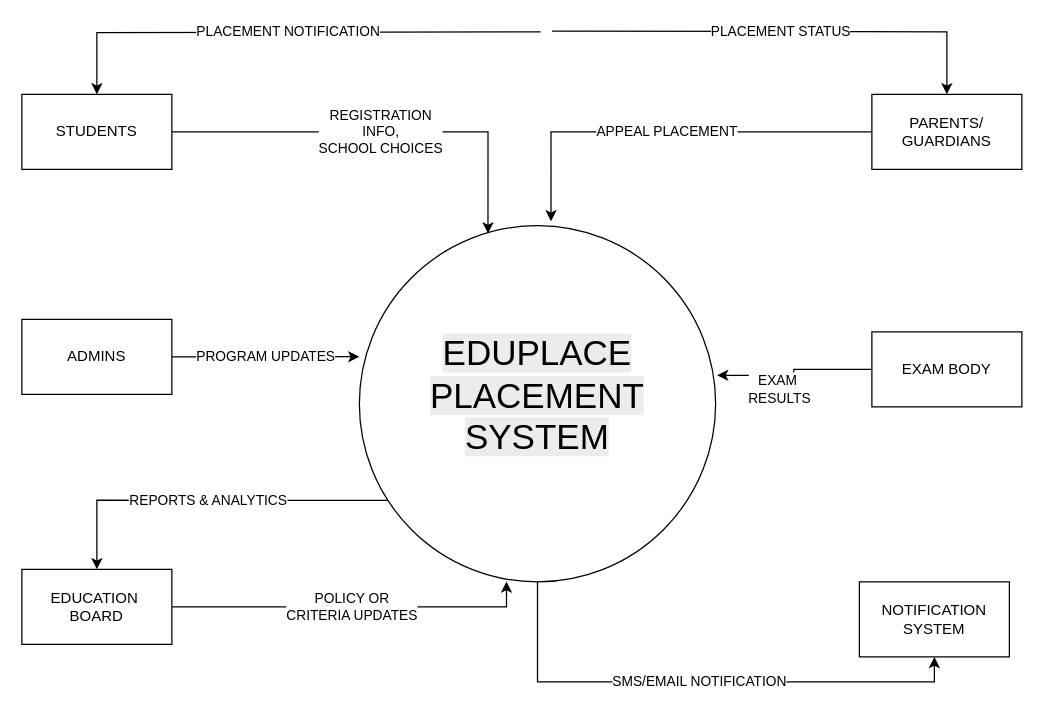
AshongAbdallah06/AshongAbdallah06.github.io keeps this draw.io diagram as EduPlace Context Diagram.drawio. Above is the earlier version. Source tidied: cells renumbered, new cells numbered last; positions are measured from the earlier drawing's top-left corner, leaving out a move shared by most shapes. Both pictures are drawn from the tidied source at 125%, with x=0, y=0 at pixel (21, 30).
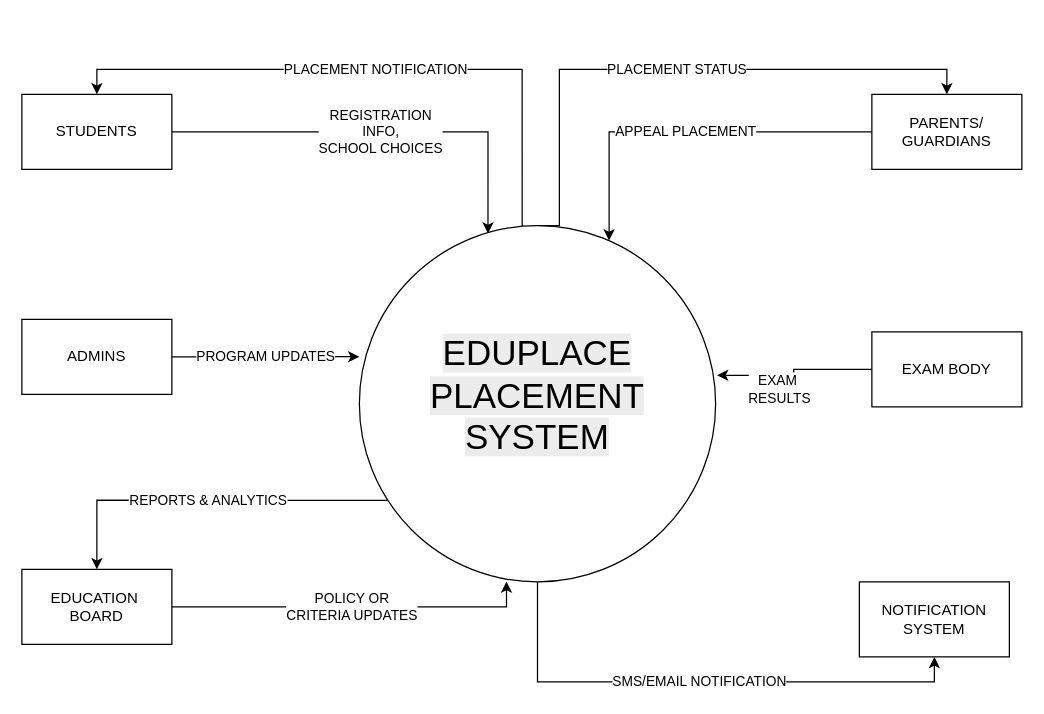
The same page after the edit.

Unchanged cells that the change refers to:
```xml
<mxCell id="2" value="STUDENTS" style="rounded=0;whiteSpace=wrap;html=1;" parent="1" vertex="1">
  <mxGeometry y="51" width="120" height="60" as="geometry" />
</mxCell>
<mxCell id="3" value="PARENTS/&lt;div&gt;GUARDIANS&lt;/div&gt;" style="rounded=0;whiteSpace=wrap;html=1;" parent="1" vertex="1">
  <mxGeometry x="680" y="51" width="120" height="60" as="geometry" />
</mxCell>
<mxCell id="17" value="&#10;&lt;span style=&quot;color: rgb(0, 0, 0); font-family: Helvetica; font-size: 28px; font-style: normal; font-variant-ligatures: normal; font-variant-caps: normal; font-weight: 400; letter-spacing: normal; orphans: 2; text-align: center; text-indent: 0px; text-transform: none; widows: 2; word-spacing: 0px; -webkit-text-stroke-width: 0px; white-space: normal; background-color: rgb(236, 236, 236); text-decoration-thickness: initial; text-decoration-style: initial; text-decoration-color: initial; display: inline !important; float: none;&quot;&gt;EDUPLACE PLACEMENT SYSTEM&lt;/span&gt;&#10;&#10;" style="ellipse;whiteSpace=wrap;html=1;" parent="1" vertex="1">
  <mxGeometry x="270" y="156" width="285" height="285" as="geometry" />
</mxCell>
```

What changed in the source:
```diff
@@
-    <mxCell id="8" value="PLACEMENT NOTIFICATION" style="edgeStyle=orthogonalEdgeStyle;rounded=0;jettySize=auto;html=1;entryX=0.5;entryY=0;entryDx=0;entryDy=0;exitX=0.5;exitY=0;exitDx=0;exitDy=0;" parent="1" edge="1" target="2">
-      <mxGeometry relative="1" as="geometry">
-        <mxPoint x="415" y="1" as="sourcePoint" />
-      </mxGeometry>
+    <mxCell id="8" value="PLACEMENT NOTIFICATION" style="edgeStyle=orthogonalEdgeStyle;rounded=0;jettySize=auto;html=1;entryX=0.5;entryY=0;entryDx=0;entryDy=0;exitX=0.457;exitY=0.003;exitDx=0;exitDy=0;exitPerimeter=0;" parent="1" edge="1" source="17" target="2">
+      <mxGeometry relative="1" as="geometry" />
     </mxCell>
-    <mxCell id="9" value="PLACEMENT STATUS" style="edgeStyle=orthogonalEdgeStyle;rounded=0;jettySize=auto;html=1;entryX=0.5;entryY=0;entryDx=0;entryDy=0;exitX=0.54;exitY=-0.001;exitDx=0;exitDy=0;exitPerimeter=0;" parent="1" edge="1" target="3">
+    <mxCell id="9" value="PLACEMENT STATUS" style="edgeStyle=orthogonalEdgeStyle;rounded=0;jettySize=auto;html=1;entryX=0.5;entryY=0;entryDx=0;entryDy=0;exitX=0.5;exitY=0;exitDx=0;exitDy=0;" parent="1" edge="1" source="17" target="3">
       <mxGeometry relative="1" as="geometry">
-        <mxPoint x="424.2" y="0.4" as="sourcePoint" />
+        <Array as="points">
+          <mxPoint x="430" y="156" />
+          <mxPoint x="430" y="31" />
+          <mxPoint x="740" y="31" />
+        </Array>
       </mxGeometry>
     </mxCell>
@@
-    <mxCell id="16" value="APPEAL PLACEMENT" style="edgeStyle=orthogonalEdgeStyle;rounded=0;jettySize=auto;html=1;entryX=0.538;entryY=-0.012;entryDx=0;entryDy=0;entryPerimeter=0;" parent="1" edge="1" source="3" target="17">
-      <mxGeometry relative="1" as="geometry" />
+    <mxCell id="16" value="APPEAL PLACEMENT" style="edgeStyle=orthogonalEdgeStyle;rounded=0;jettySize=auto;html=1;entryX=0.701;entryY=0.042;entryDx=0;entryDy=0;entryPerimeter=0;" parent="1" edge="1" source="3" target="17">
+      <mxGeometry relative="1" as="geometry">
+        <Array as="points">
+          <mxPoint x="470" y="81" />
+        </Array>
+      </mxGeometry>
     </mxCell>
```
